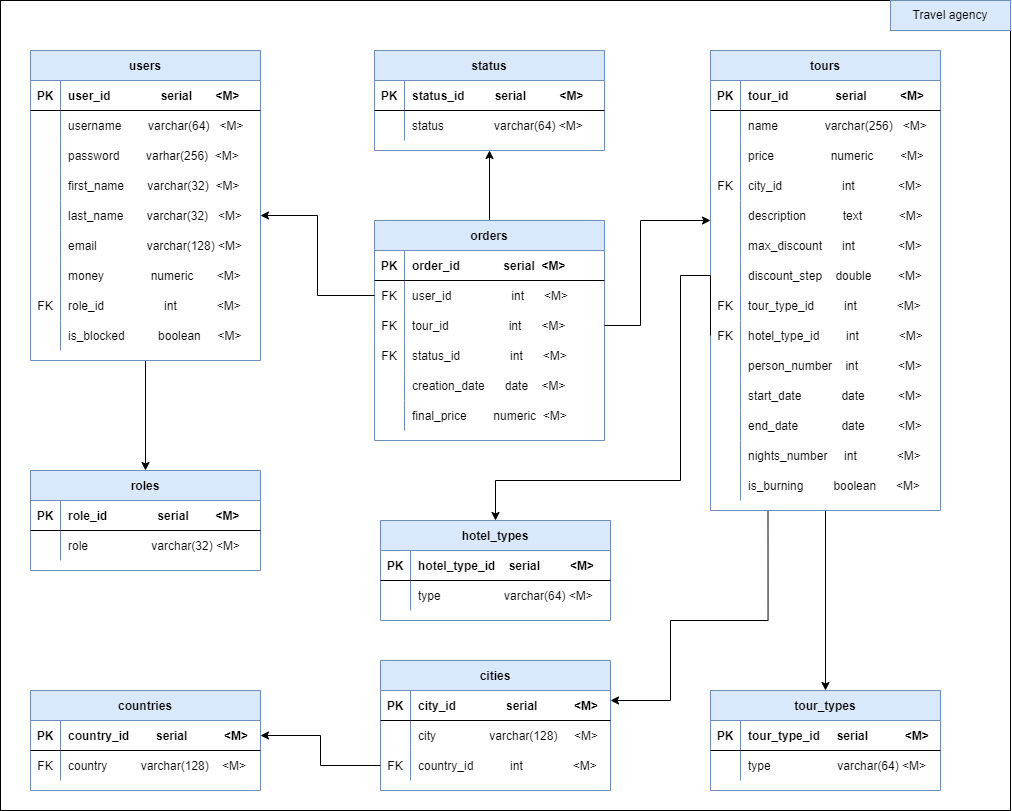
The draw.io diagram diagrams/db_diagram.png in ChuyOleg/Travel-agency, before a commit. Source tidied: cells renumbered, new cells last; positions are measured from the earlier drawing's top-left corner, leaving out a move shared by most shapes.
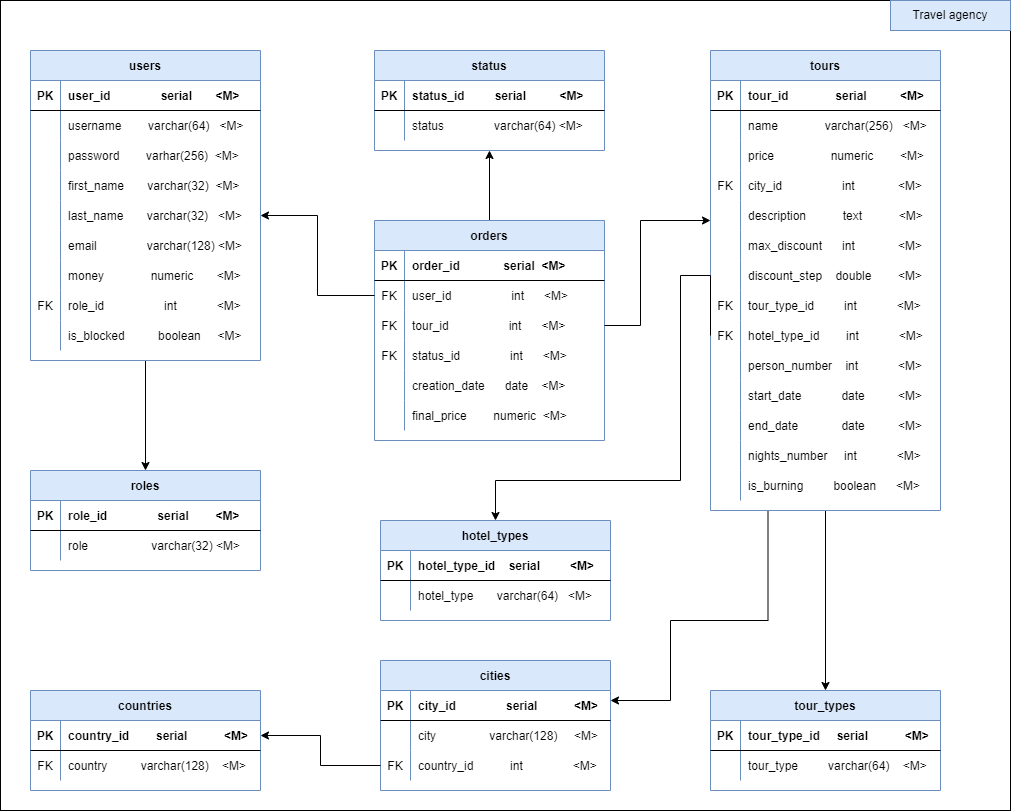
Above is the later version.

Diff of the diagram source:
```diff
@@ -134,7 +134,7 @@
     <mxCell id="45" style="shape=partialRectangle;fillColor=none;top=0;left=0;bottom=0;right=0;overflow=hidden;" parent="44" vertex="1">
       <mxGeometry width="30" height="30" as="geometry" />
     </mxCell>
-    <mxCell id="46" value="type                   varchar(64) &lt;M&gt;" style="shape=partialRectangle;fillColor=none;top=0;left=0;bottom=0;right=0;align=left;spacingLeft=6;overflow=hidden;" parent="44" vertex="1">
+    <mxCell id="46" value="hotel_type       varchar(64)   &lt;M&gt;" style="shape=partialRectangle;fillColor=none;top=0;left=0;bottom=0;right=0;align=left;spacingLeft=6;overflow=hidden;" parent="44" vertex="1">
       <mxGeometry x="30" width="200" height="30" as="geometry" />
     </mxCell>
     <mxCell id="47" style="edgeStyle=orthogonalEdgeStyle;rounded=0;jettySize=auto;html=1;exitX=0.5;exitY=1;exitDx=0;exitDy=0;" parent="1" edge="1" source="49" target="92">
@@ -296,7 +296,7 @@
     <mxCell id="97" style="shape=partialRectangle;fillColor=none;top=0;left=0;bottom=0;right=0;overflow=hidden;" parent="96" vertex="1">
       <mxGeometry width="30" height="30" as="geometry" />
     </mxCell>
-    <mxCell id="98" value="type                    varchar(64) &lt;M&gt;" style="shape=partialRectangle;fillColor=none;top=0;left=0;bottom=0;right=0;align=left;spacingLeft=6;overflow=hidden;" parent="96" vertex="1">
+    <mxCell id="98" value="tour_type         varchar(64)    &lt;M&gt;" style="shape=partialRectangle;fillColor=none;top=0;left=0;bottom=0;right=0;align=left;spacingLeft=6;overflow=hidden;" parent="96" vertex="1">
       <mxGeometry x="30" width="200" height="30" as="geometry" />
     </mxCell>
     <mxCell id="99" style="edgeStyle=orthogonalEdgeStyle;rounded=0;jettySize=auto;html=1;exitX=0.5;exitY=0;exitDx=0;exitDy=0;" parent="1" edge="1" source="100" target="119">
```
